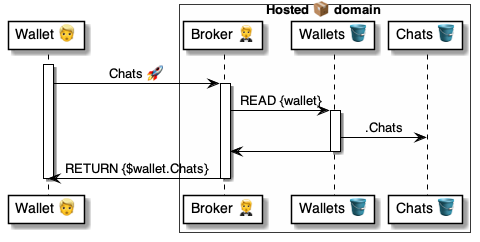
Earlier version of the PlantUML export 4 ⚙️ Solution/20 🧑‍🦰 UI/Brokers 🤵/🤵🅰️ Broker methods/Chats 💬 Chats 🧑‍🦰🚀🤵/🤵 Chats ⚙️ uml.png (pollyweb-org/pollyweb-docs). Its source is kept beside it as 4 ⚙️ Solution/20 🧑‍🦰 UI/Brokers 🤵/🤵🅰️ Broker methods/Chats 💬 Chats 🧑‍🦰🚀🤵/🤵 Chats ⚙️ uml.puml. The source it was exported from:
```plantuml
@startuml Binds@Broker


participant "Wallet 👱" as wallet

box Hosted 📦 domain #FFFFFA
    participant "Broker 🤵" as broker
    participant "Wallets 🪣" as wallets
    participant "Chats 🪣" as chats
end box

activate wallet
wallet -> broker: Chats 🚀

    activate broker
        broker -> wallets: READ {wallet}

        activate wallets
        wallets -> chats: .Chats
        wallets -> broker:
        deactivate wallets

        broker -> wallet: RETURN {$wallet.Chats}
    deactivate broker

deactivate wallet

@enduml
```
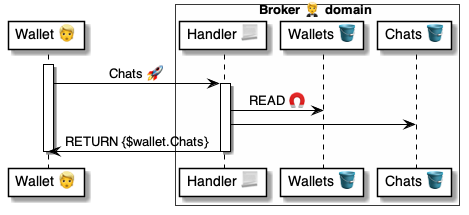
Later version of the same file.

Diff of the diagram source:
```diff
@@ -3,8 +3,8 @@
 
 participant "Wallet 👱" as wallet
 
-box Hosted 📦 domain #FFFFFA
-    participant "Broker 🤵" as broker
+box Broker 🤵 domain #FFFFFA
+    participant "Handler 📃" as broker
     participant "Wallets 🪣" as wallets
     participant "Chats 🪣" as chats
 end box
@@ -13,13 +13,8 @@
 wallet -> broker: Chats 🚀
 
     activate broker
-        broker -> wallets: READ {wallet}
-
-        activate wallets
-        wallets -> chats: .Chats
-        wallets -> broker:
-        deactivate wallets
-
+        broker -> wallets: READ 🧲
+        broker -> chats:
         broker -> wallet: RETURN {$wallet.Chats}
     deactivate broker
 
```
